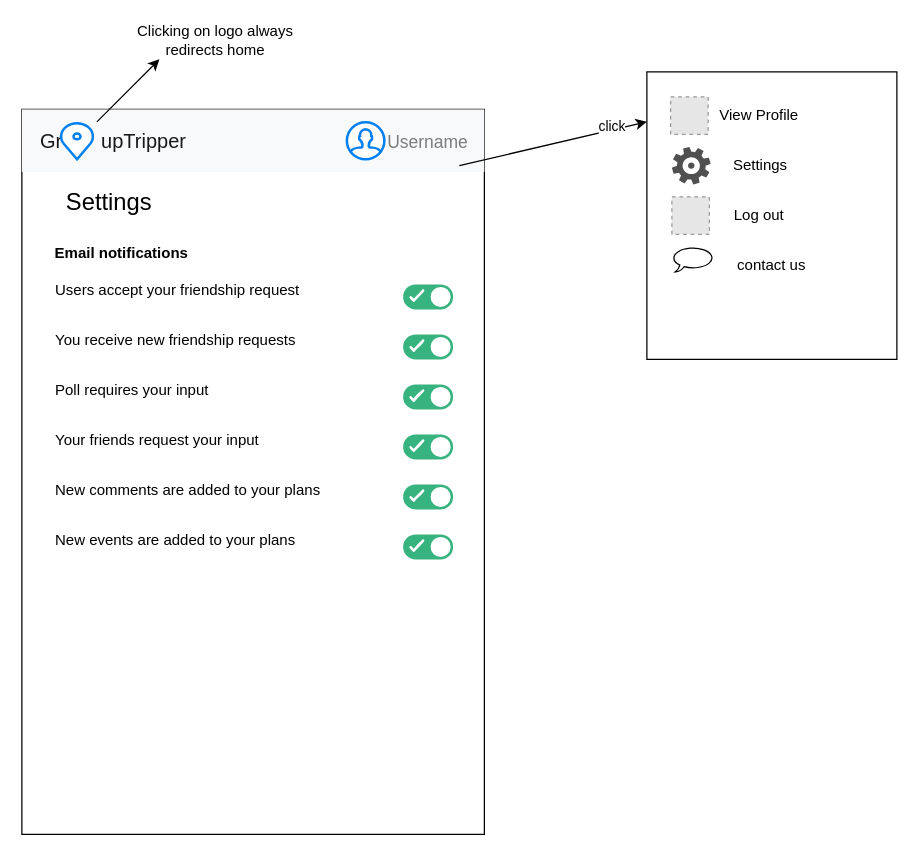
Above: diagrams/UI prototypes/settings.drawio in SusyVenta/UniFinalProject (draw.io), before the change. Source tidied: cells renumbered, new cells numbered last; positions are measured from the earlier drawing's top-left corner, leaving out a move shared by most shapes. Both pictures are drawn from the tidied source at 125%, with x=0, y=0 at pixel (21, 21). Pictures stored in the file or linked from it are replaced by grey dashed boxes.
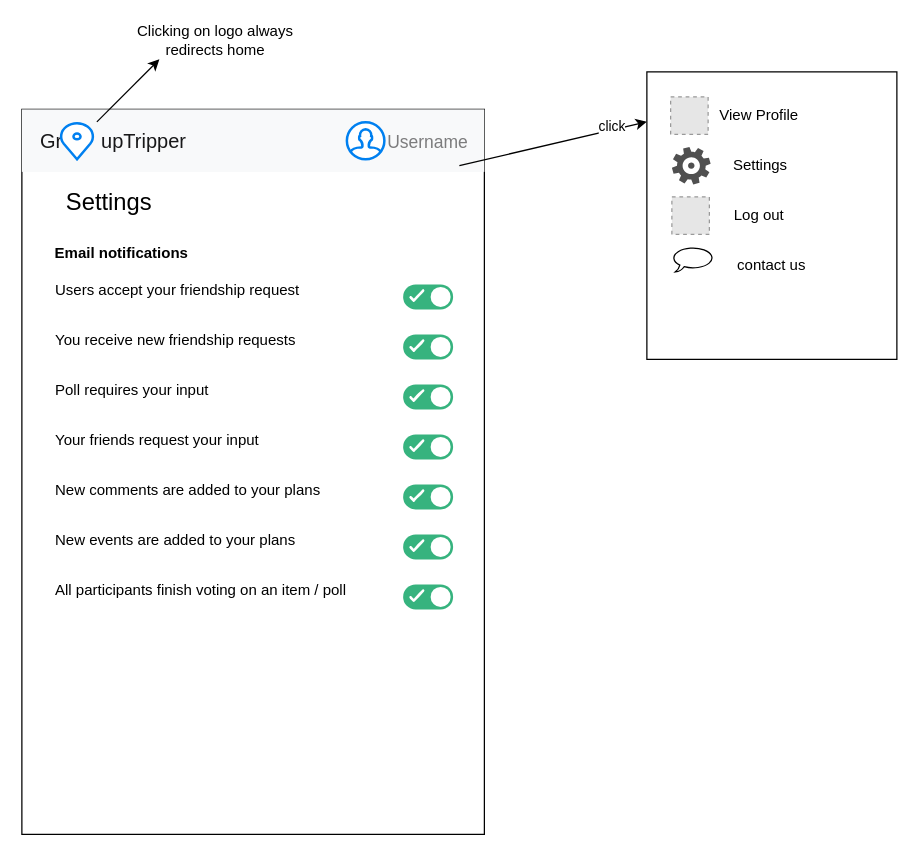
The same page after the edit.

The edit, as a diff of the source:
```diff
@@
+    <mxCell id="55" style="group;" parent="1" vertex="1">
+      <mxGeometry x="25" y="440" width="320" height="30" as="geometry" />
+    </mxCell>
+    <mxCell id="56" style="fillColor=#36B37E;strokeColor=none;rounded=1;arcSize=50;sketch=0;hachureGap=4;fontFamily=Architects Daughter;fontSize=20;" parent="55" vertex="1">
+      <mxGeometry x="280" y="10" width="40" height="20" as="geometry" />
+    </mxCell>
+    <mxCell id="57" style="shape=ellipse;strokeColor=none;fillColor=#ffffff;sketch=0;hachureGap=4;fontFamily=Architects Daughter;fontSize=20;" parent="56" vertex="1">
+      <mxGeometry x="1" y="0.5" width="16" height="16" relative="1" as="geometry">
+        <mxPoint x="-18" y="-8" as="offset" />
+      </mxGeometry>
+    </mxCell>
+    <mxCell id="58" style="html=1;shadow=0;dashed=0;shape=mxgraph.atlassian.check;strokeColor=#ffffff;strokeWidth=2;sketch=1;hachureGap=4;fontFamily=Architects Daughter;fontSize=20;" parent="56" vertex="1">
+      <mxGeometry y="0.5" width="10" height="8" relative="1" as="geometry">
+        <mxPoint x="6" y="-5" as="offset" />
+      </mxGeometry>
+    </mxCell>
+    <mxCell id="59" value="All participants finish voting on an item / poll" style="text;html=1;strokeColor=none;fillColor=none;align=left;verticalAlign=middle;whiteSpace=wrap;rounded=0;" parent="55" vertex="1">
+      <mxGeometry width="260" height="30" as="geometry" />
+    </mxCell>
```
